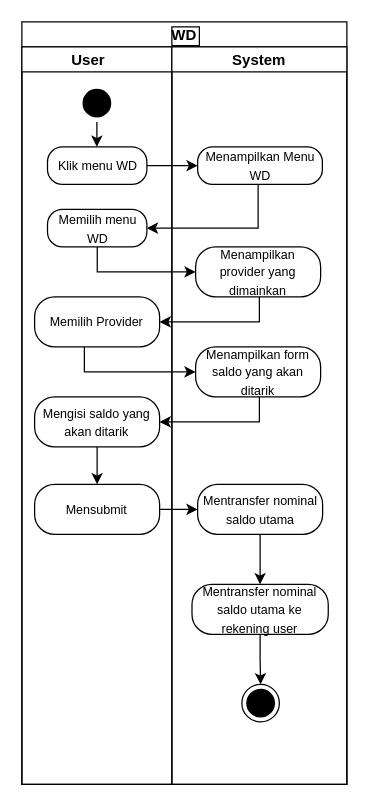
Above: page "WD Activity Diagram" (4 of 5) of slot.drawio in irvansindy/slot (draw.io), before the change. Source tidied: cells renumbered, new cells numbered last; positions are measured from the earlier drawing's top-left corner, leaving out a move shared by most shapes. Both pictures are drawn from the tidied source at 125%, with x=0, y=0 at pixel (21, 21).
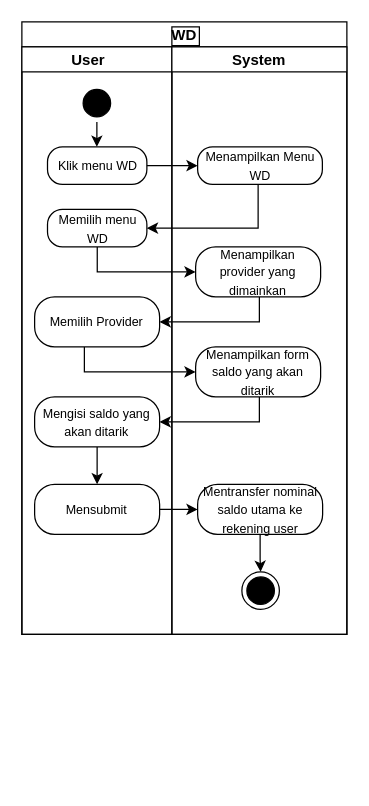
Above is the later version.

What changed in the source:
```diff
@@
     <mxCell id="2" value="WD" style="swimlane;startSize=20;labelBorderColor=default;" parent="1" vertex="1">
-      <mxGeometry width="260" height="610" as="geometry" />
+      <mxGeometry width="260" height="490" as="geometry" />
     </mxCell>
     <mxCell id="3" value="User    " style="swimlane;startSize=20;" parent="2" vertex="1">
-      <mxGeometry y="20" width="120" height="590" as="geometry" />
+      <mxGeometry y="20" width="120" height="470" as="geometry" />
     </mxCell>
@@
     <mxCell id="12" value="System" style="swimlane;startSize=20;" parent="2" vertex="1">
-      <mxGeometry x="120" y="20" width="140" height="590" as="geometry" />
+      <mxGeometry x="120" y="20" width="140" height="470" as="geometry" />
     </mxCell>
@@
-    <mxCell id="16" style="edgeStyle=orthogonalEdgeStyle;rounded=0;jettySize=auto;html=1;" parent="12" edge="1" source="17" target="19">
-      <mxGeometry relative="1" as="geometry" />
-    </mxCell>
+    <mxCell id="28" style="edgeStyle=orthogonalEdgeStyle;rounded=0;jettySize=auto;html=1;" parent="12" edge="1" source="17" target="20">
+      <mxGeometry relative="1" as="geometry" />
+    </mxCell>
-    <mxCell id="17" value="&lt;span style=&quot;font-size: 10px;&quot;&gt;Mentransfer nominal saldo utama&lt;/span&gt;" style="rounded=1;whiteSpace=wrap;html=1;arcSize=40;fontColor=#000000;fillColor=none;strokeColor=#000000;strokeWidth=1;fontFamily=Helvetica;fontSize=12;" parent="12" vertex="1">
+    <mxCell id="17" value="&lt;span style=&quot;font-size: 10px;&quot;&gt;Mentransfer nominal saldo utama ke rekening user&lt;/span&gt;" style="rounded=1;whiteSpace=wrap;html=1;arcSize=40;fontColor=#000000;fillColor=none;strokeColor=#000000;strokeWidth=1;fontFamily=Helvetica;fontSize=12;" parent="12" vertex="1">
       <mxGeometry x="20.6" y="350" width="100" height="40" as="geometry" />
     </mxCell>
-    <mxCell id="18" style="edgeStyle=orthogonalEdgeStyle;rounded=0;jettySize=auto;html=1;" parent="12" edge="1" source="19" target="20">
-      <mxGeometry relative="1" as="geometry" />
-    </mxCell>
-    <mxCell id="19" value="&lt;span style=&quot;font-size: 10px;&quot;&gt;Mentransfer nominal saldo utama ke rekening user&lt;/span&gt;" style="rounded=1;whiteSpace=wrap;html=1;arcSize=40;fontColor=#000000;fillColor=none;strokeColor=#000000;strokeWidth=1;fontFamily=Helvetica;fontSize=12;" parent="12" vertex="1">
-      <mxGeometry x="16.1" y="430" width="109" height="40" as="geometry" />
-    </mxCell>
     <mxCell id="20" style="ellipse;html=1;shape=endState;fillColor=#000000;strokeColor=#000000;strokeWidth=1;fontFamily=Helvetica;fontSize=10;fontColor=default;" parent="12" vertex="1">
-      <mxGeometry x="56" y="510" width="30" height="30" as="geometry" />
+      <mxGeometry x="56" y="420" width="30" height="30" as="geometry" />
     </mxCell>
```
